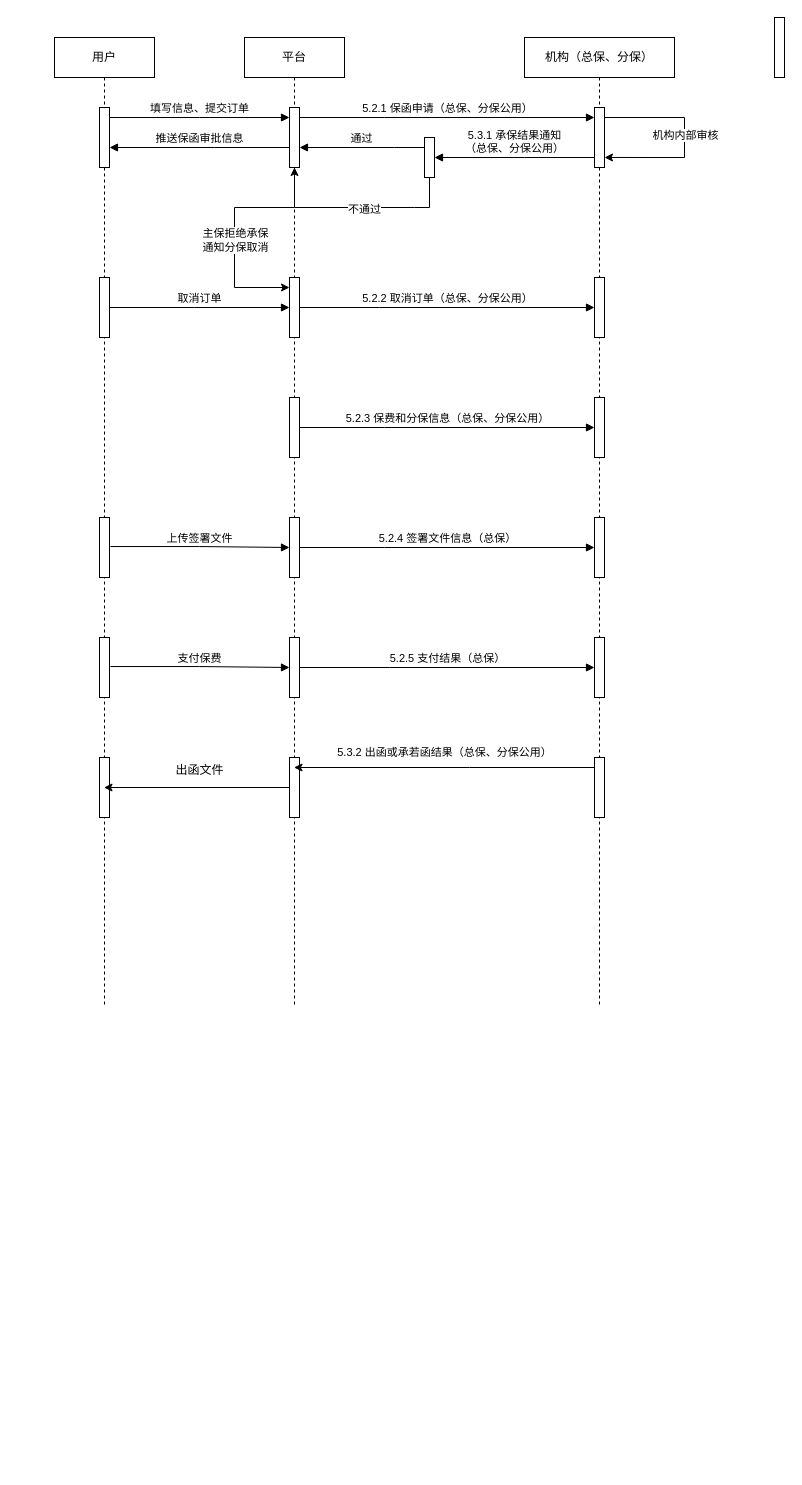
Above: 未命名绘图.drawio in jiedada/hello-world (draw.io), before the change. Source tidied: cells renumbered, new cells numbered last; positions are measured from the earlier drawing's top-left corner, leaving out a move shared by most shapes. Both pictures are drawn from the tidied source at 100%, with x=0, y=0 at pixel (54, 17).
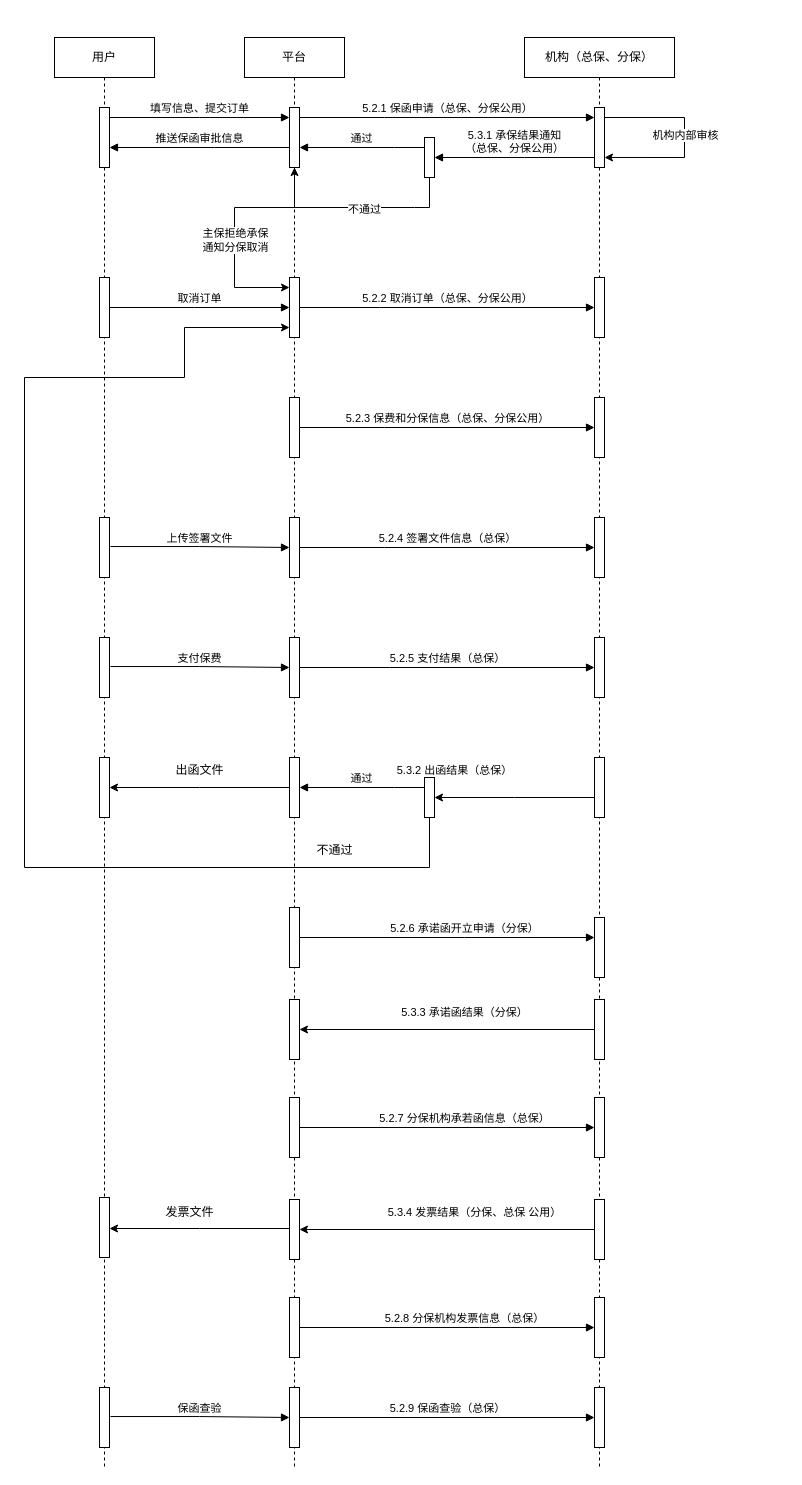
The same diagram, later.

Commit message:
农名工工资.drawio

The change refers to these unchanged cells:
```xml
<mxCell id="7" style="html=1;points=[];perimeter=orthogonalPerimeter;outlineConnect=0;targetShapes=umlLifeline;portConstraint=eastwest;newEdgeStyle={&quot;edgeStyle&quot;:&quot;elbowEdgeStyle&quot;,&quot;elbow&quot;:&quot;vertical&quot;,&quot;curved&quot;:0,&quot;rounded&quot;:0};" parent="2" vertex="1">
  <mxGeometry x="45" y="720" width="10" height="60" as="geometry" />
</mxCell>
<mxCell id="14" style="html=1;points=[];perimeter=orthogonalPerimeter;outlineConnect=0;targetShapes=umlLifeline;portConstraint=eastwest;newEdgeStyle={&quot;edgeStyle&quot;:&quot;elbowEdgeStyle&quot;,&quot;elbow&quot;:&quot;vertical&quot;,&quot;curved&quot;:0,&quot;rounded&quot;:0};" parent="8" vertex="1">
  <mxGeometry x="70" y="720" width="10" height="60" as="geometry" />
</mxCell>
<mxCell id="17" style="html=1;points=[];perimeter=orthogonalPerimeter;outlineConnect=0;targetShapes=umlLifeline;portConstraint=eastwest;newEdgeStyle={&quot;edgeStyle&quot;:&quot;elbowEdgeStyle&quot;,&quot;elbow&quot;:&quot;vertical&quot;,&quot;curved&quot;:0,&quot;rounded&quot;:0};" parent="15" vertex="1">
  <mxGeometry x="45" y="240" width="10" height="60" as="geometry" />
</mxCell>
<mxCell id="21" style="html=1;points=[];perimeter=orthogonalPerimeter;outlineConnect=0;targetShapes=umlLifeline;portConstraint=eastwest;newEdgeStyle={&quot;edgeStyle&quot;:&quot;elbowEdgeStyle&quot;,&quot;elbow&quot;:&quot;vertical&quot;,&quot;curved&quot;:0,&quot;rounded&quot;:0};" parent="15" vertex="1">
  <mxGeometry x="45" y="720" width="10" height="60" as="geometry" />
</mxCell>
```

Diff of the diagram source:
```diff
@@
     <mxCell id="2" value="用户" style="shape=umlLifeline;perimeter=lifelinePerimeter;whiteSpace=wrap;html=1;outlineConnect=0;portConstraint=eastwest;newEdgeStyle={&quot;edgeStyle&quot;:&quot;elbowEdgeStyle&quot;,&quot;elbow&quot;:&quot;vertical&quot;,&quot;curved&quot;:0,&quot;rounded&quot;:0};" parent="1" vertex="1">
-      <mxGeometry y="20" width="100" height="970" as="geometry" />
+      <mxGeometry y="20" width="100" height="1430" as="geometry" />
     </mxCell>
@@
+    <mxCell id="46" style="html=1;points=[];perimeter=orthogonalPerimeter;outlineConnect=0;targetShapes=umlLifeline;portConstraint=eastwest;newEdgeStyle={&quot;edgeStyle&quot;:&quot;elbowEdgeStyle&quot;,&quot;elbow&quot;:&quot;vertical&quot;,&quot;curved&quot;:0,&quot;rounded&quot;:0};" parent="2" vertex="1">
+      <mxGeometry x="45" y="1160" width="10" height="60" as="geometry" />
+    </mxCell>
+    <mxCell id="47" style="html=1;points=[];perimeter=orthogonalPerimeter;outlineConnect=0;targetShapes=umlLifeline;portConstraint=eastwest;newEdgeStyle={&quot;edgeStyle&quot;:&quot;elbowEdgeStyle&quot;,&quot;elbow&quot;:&quot;vertical&quot;,&quot;curved&quot;:0,&quot;rounded&quot;:0};" parent="2" vertex="1">
+      <mxGeometry x="45" y="1350" width="10" height="60" as="geometry" />
+    </mxCell>
     <mxCell id="8" value="机构（总保、分保）" style="shape=umlLifeline;perimeter=lifelinePerimeter;whiteSpace=wrap;html=1;newEdgeStyle={&quot;edgeStyle&quot;:&quot;elbowEdgeStyle&quot;,&quot;elbow&quot;:&quot;vertical&quot;,&quot;curved&quot;:0,&quot;rounded&quot;:0};" parent="1" vertex="1">
-      <mxGeometry x="470" y="20" width="150" height="970" as="geometry" />
+      <mxGeometry x="470" y="20" width="150" height="1430" as="geometry" />
     </mxCell>
@@
+    <mxCell id="48" style="html=1;points=[];perimeter=orthogonalPerimeter;outlineConnect=0;targetShapes=umlLifeline;portConstraint=eastwest;newEdgeStyle={&quot;edgeStyle&quot;:&quot;elbowEdgeStyle&quot;,&quot;elbow&quot;:&quot;vertical&quot;,&quot;curved&quot;:0,&quot;rounded&quot;:0};" parent="8" vertex="1">
+      <mxGeometry x="70" y="880" width="10" height="60" as="geometry" />
+    </mxCell>
+    <mxCell id="49" style="html=1;points=[];perimeter=orthogonalPerimeter;outlineConnect=0;targetShapes=umlLifeline;portConstraint=eastwest;newEdgeStyle={&quot;edgeStyle&quot;:&quot;elbowEdgeStyle&quot;,&quot;elbow&quot;:&quot;vertical&quot;,&quot;curved&quot;:0,&quot;rounded&quot;:0};" parent="8" vertex="1">
+      <mxGeometry x="70" y="962" width="10" height="60" as="geometry" />
+    </mxCell>
+    <mxCell id="50" style="html=1;points=[];perimeter=orthogonalPerimeter;outlineConnect=0;targetShapes=umlLifeline;portConstraint=eastwest;newEdgeStyle={&quot;edgeStyle&quot;:&quot;elbowEdgeStyle&quot;,&quot;elbow&quot;:&quot;vertical&quot;,&quot;curved&quot;:0,&quot;rounded&quot;:0};" parent="8" vertex="1">
+      <mxGeometry x="70" y="1060" width="10" height="60" as="geometry" />
+    </mxCell>
+    <mxCell id="51" style="html=1;points=[];perimeter=orthogonalPerimeter;outlineConnect=0;targetShapes=umlLifeline;portConstraint=eastwest;newEdgeStyle={&quot;edgeStyle&quot;:&quot;elbowEdgeStyle&quot;,&quot;elbow&quot;:&quot;vertical&quot;,&quot;curved&quot;:0,&quot;rounded&quot;:0};" parent="8" vertex="1">
+      <mxGeometry x="70" y="1162" width="10" height="60" as="geometry" />
+    </mxCell>
+    <mxCell id="52" style="html=1;points=[];perimeter=orthogonalPerimeter;outlineConnect=0;targetShapes=umlLifeline;portConstraint=eastwest;newEdgeStyle={&quot;edgeStyle&quot;:&quot;elbowEdgeStyle&quot;,&quot;elbow&quot;:&quot;vertical&quot;,&quot;curved&quot;:0,&quot;rounded&quot;:0};" parent="8" vertex="1">
+      <mxGeometry x="70" y="1260" width="10" height="60" as="geometry" />
+    </mxCell>
     <mxCell id="15" value="平台" style="shape=umlLifeline;perimeter=lifelinePerimeter;whiteSpace=wrap;html=1;outlineConnect=0;portConstraint=eastwest;newEdgeStyle={&quot;edgeStyle&quot;:&quot;elbowEdgeStyle&quot;,&quot;elbow&quot;:&quot;vertical&quot;,&quot;curved&quot;:0,&quot;rounded&quot;:0};" parent="1" vertex="1">
-      <mxGeometry x="190" y="20" width="100" height="970" as="geometry" />
+      <mxGeometry x="190" y="20" width="100" height="1430" as="geometry" />
     </mxCell>
@@
+    <mxCell id="53" style="html=1;points=[];perimeter=orthogonalPerimeter;outlineConnect=0;targetShapes=umlLifeline;portConstraint=eastwest;newEdgeStyle={&quot;edgeStyle&quot;:&quot;elbowEdgeStyle&quot;,&quot;elbow&quot;:&quot;vertical&quot;,&quot;curved&quot;:0,&quot;rounded&quot;:0};" parent="15" vertex="1">
+      <mxGeometry x="45" y="870" width="10" height="60" as="geometry" />
+    </mxCell>
+    <mxCell id="54" style="html=1;points=[];perimeter=orthogonalPerimeter;outlineConnect=0;targetShapes=umlLifeline;portConstraint=eastwest;newEdgeStyle={&quot;edgeStyle&quot;:&quot;elbowEdgeStyle&quot;,&quot;elbow&quot;:&quot;vertical&quot;,&quot;curved&quot;:0,&quot;rounded&quot;:0};" parent="15" vertex="1">
+      <mxGeometry x="45" y="962" width="10" height="60" as="geometry" />
+    </mxCell>
+    <mxCell id="55" style="html=1;points=[];perimeter=orthogonalPerimeter;outlineConnect=0;targetShapes=umlLifeline;portConstraint=eastwest;newEdgeStyle={&quot;edgeStyle&quot;:&quot;elbowEdgeStyle&quot;,&quot;elbow&quot;:&quot;vertical&quot;,&quot;curved&quot;:0,&quot;rounded&quot;:0};" parent="15" vertex="1">
+      <mxGeometry x="45" y="1060" width="10" height="60" as="geometry" />
+    </mxCell>
+    <mxCell id="56" style="html=1;points=[];perimeter=orthogonalPerimeter;outlineConnect=0;targetShapes=umlLifeline;portConstraint=eastwest;newEdgeStyle={&quot;edgeStyle&quot;:&quot;elbowEdgeStyle&quot;,&quot;elbow&quot;:&quot;vertical&quot;,&quot;curved&quot;:0,&quot;rounded&quot;:0};" parent="15" vertex="1">
+      <mxGeometry x="45" y="1162" width="10" height="60" as="geometry" />
+    </mxCell>
+    <mxCell id="57" style="html=1;points=[];perimeter=orthogonalPerimeter;outlineConnect=0;targetShapes=umlLifeline;portConstraint=eastwest;newEdgeStyle={&quot;edgeStyle&quot;:&quot;elbowEdgeStyle&quot;,&quot;elbow&quot;:&quot;vertical&quot;,&quot;curved&quot;:0,&quot;rounded&quot;:0};" parent="15" vertex="1">
+      <mxGeometry x="45" y="1260" width="10" height="60" as="geometry" />
+    </mxCell>
+    <mxCell id="58" style="html=1;points=[];perimeter=orthogonalPerimeter;outlineConnect=0;targetShapes=umlLifeline;portConstraint=eastwest;newEdgeStyle={&quot;edgeStyle&quot;:&quot;elbowEdgeStyle&quot;,&quot;elbow&quot;:&quot;vertical&quot;,&quot;curved&quot;:0,&quot;rounded&quot;:0};" parent="15" vertex="1">
+      <mxGeometry x="45" y="1350" width="10" height="60" as="geometry" />
+    </mxCell>
@@
-    <mxCell id="32" style="html=1;perimeter=orthogonalPerimeter;targetShapes=umlLifeline;newEdgeStyle={&quot;edgeStyle&quot;:&quot;elbowEdgeStyle&quot;,&quot;elbow&quot;:&quot;vertical&quot;,&quot;curved&quot;:0,&quot;rounded&quot;:0};" parent="1" vertex="1">
-      <mxGeometry x="720" width="10" height="60" as="geometry" />
-    </mxCell>
@@
-    <mxCell id="42" style="edgeStyle=elbowEdgeStyle;rounded=0;jettySize=auto;html=1;elbow=vertical;curved=0;" parent="1" edge="1" source="21" target="2">
+    <mxCell id="42" style="edgeStyle=elbowEdgeStyle;rounded=0;jettySize=auto;html=1;elbow=vertical;curved=0;" parent="1" edge="1" source="21" target="7">
       <mxGeometry relative="1" as="geometry" />
     </mxCell>
@@
-    <mxCell id="44" style="edgeStyle=elbowEdgeStyle;rounded=0;jettySize=auto;html=1;elbow=vertical;curved=0;" parent="1" edge="1" target="15">
-      <mxGeometry relative="1" as="geometry">
-        <mxPoint x="540" y="750" as="sourcePoint" />
-      </mxGeometry>
+    <mxCell id="44" style="edgeStyle=elbowEdgeStyle;rounded=0;jettySize=auto;html=1;elbow=vertical;curved=0;" parent="1" edge="1" source="14" target="63">
+      <mxGeometry relative="1" as="geometry" />
     </mxCell>
-    <mxCell id="45" value="&lt;span style=&quot;font-size: 11px; background-color: rgb(255, 255, 255);&quot;&gt;5.3.2 出函或承若函结果（&lt;/span&gt;&lt;span style=&quot;font-size: 11px; background-color: rgb(255, 255, 255);&quot;&gt;总保、分保公用&lt;/span&gt;&lt;span style=&quot;font-size: 11px; background-color: rgb(255, 255, 255);&quot;&gt;）&lt;/span&gt;" style="text;html=1;align=center;verticalAlign=middle;strokeColor=none;fillColor=none;" parent="1" vertex="1">
-      <mxGeometry x="270" y="720" width="240" height="30" as="geometry" />
-    </mxCell>
+    <mxCell id="59" value="5.2.6 承诺函开立申请（分保）" style="html=1;verticalAlign=bottom;endArrow=block;edgeStyle=elbowEdgeStyle;elbow=vertical;curved=0;rounded=0;" parent="1" edge="1" source="53" target="48">
+      <mxGeometry x="0.12" relative="1" as="geometry">
+        <Array as="points">
+          <mxPoint x="410" y="920" />
+          <mxPoint x="335" y="910" />
+        </Array>
+      </mxGeometry>
+    </mxCell>
+    <mxCell id="60" value="&lt;span style=&quot;font-size: 11px; background-color: rgb(255, 255, 255);&quot;&gt;5.3.2 出函结果（&lt;/span&gt;&lt;span style=&quot;font-size: 11px; background-color: rgb(255, 255, 255);&quot;&gt;总保&lt;/span&gt;&lt;span style=&quot;font-size: 11px; background-color: rgb(255, 255, 255);&quot;&gt;）&lt;/span&gt;" style="text;html=1;align=center;verticalAlign=middle;strokeColor=none;fillColor=none;" parent="1" vertex="1">
+      <mxGeometry x="330" y="738" width="140" height="30" as="geometry" />
+    </mxCell>
+    <mxCell id="61" style="edgeStyle=elbowEdgeStyle;rounded=0;jettySize=auto;html=1;elbow=vertical;curved=0;" parent="1" edge="1" source="49" target="54">
+      <mxGeometry relative="1" as="geometry" />
+    </mxCell>
+    <mxCell id="62" value="&lt;span style=&quot;font-size: 11px; background-color: rgb(255, 255, 255);&quot;&gt;5.3.3 承诺函结果（分&lt;/span&gt;&lt;span style=&quot;font-size: 11px; background-color: rgb(255, 255, 255);&quot;&gt;保&lt;/span&gt;&lt;span style=&quot;font-size: 11px; background-color: rgb(255, 255, 255);&quot;&gt;）&lt;/span&gt;" style="text;html=1;align=center;verticalAlign=middle;strokeColor=none;fillColor=none;" parent="1" vertex="1">
+      <mxGeometry x="335" y="980" width="150" height="30" as="geometry" />
+    </mxCell>
+    <mxCell id="63" style="html=1;points=[];perimeter=orthogonalPerimeter;outlineConnect=0;targetShapes=umlLifeline;portConstraint=eastwest;newEdgeStyle={&quot;edgeStyle&quot;:&quot;elbowEdgeStyle&quot;,&quot;elbow&quot;:&quot;vertical&quot;,&quot;curved&quot;:0,&quot;rounded&quot;:0};" parent="1" vertex="1">
+      <mxGeometry x="370" y="760" width="10" height="40" as="geometry" />
+    </mxCell>
+    <mxCell id="64" value="通过" style="html=1;verticalAlign=bottom;endArrow=block;edgeStyle=elbowEdgeStyle;elbow=vertical;curved=0;rounded=0;" parent="1" edge="1">
+      <mxGeometry relative="1" as="geometry">
+        <mxPoint x="370" y="770" as="sourcePoint" />
+        <mxPoint x="245" y="770" as="targetPoint" />
+        <Array as="points">
+          <mxPoint x="340" y="770" />
+        </Array>
+      </mxGeometry>
+    </mxCell>
+    <mxCell id="65" style="edgeStyle=none;jettySize=auto;html=1;rounded=0;" parent="1" edge="1" source="63" target="17">
+      <mxGeometry relative="1" as="geometry">
+        <Array as="points">
+          <mxPoint x="375" y="850" />
+          <mxPoint x="-30" y="850" />
+          <mxPoint x="-30" y="360" />
+          <mxPoint x="130" y="360" />
+          <mxPoint x="130" y="310" />
+          <mxPoint x="230" y="310" />
+        </Array>
+      </mxGeometry>
+    </mxCell>
+    <mxCell id="66" value="不通过" style="text;html=1;align=center;verticalAlign=middle;strokeColor=none;fillColor=none;" parent="1" vertex="1">
+      <mxGeometry x="250" y="818" width="60" height="30" as="geometry" />
+    </mxCell>
+    <mxCell id="67" value="5.2.7 分保机构承若函信息（总保）" style="html=1;verticalAlign=bottom;endArrow=block;edgeStyle=elbowEdgeStyle;elbow=vertical;curved=0;rounded=0;" parent="1" edge="1" source="55" target="50">
+      <mxGeometry x="0.12" relative="1" as="geometry">
+        <Array as="points">
+          <mxPoint x="417.5" y="1110" />
+          <mxPoint x="342.5" y="1100" />
+        </Array>
+      </mxGeometry>
+    </mxCell>
+    <mxCell id="68" style="edgeStyle=elbowEdgeStyle;rounded=0;jettySize=auto;html=1;elbow=vertical;curved=0;" parent="1" edge="1" source="51" target="56">
+      <mxGeometry relative="1" as="geometry" />
+    </mxCell>
+    <mxCell id="69" value="&lt;span style=&quot;font-size: 11px; background-color: rgb(255, 255, 255);&quot;&gt;5.3.4 发票结果（分&lt;/span&gt;&lt;span style=&quot;font-size: 11px; background-color: rgb(255, 255, 255);&quot;&gt;保、总保 公用&lt;/span&gt;&lt;span style=&quot;font-size: 11px; background-color: rgb(255, 255, 255);&quot;&gt;）&lt;/span&gt;" style="text;html=1;align=center;verticalAlign=middle;strokeColor=none;fillColor=none;" parent="1" vertex="1">
+      <mxGeometry x="320" y="1180" width="200" height="30" as="geometry" />
+    </mxCell>
+    <mxCell id="70" style="edgeStyle=elbowEdgeStyle;rounded=0;jettySize=auto;html=1;elbow=vertical;curved=0;" parent="1" edge="1" source="56" target="46">
+      <mxGeometry relative="1" as="geometry" />
+    </mxCell>
+    <mxCell id="71" value="发票文件" style="text;html=1;align=center;verticalAlign=middle;strokeColor=none;fillColor=none;" parent="1" vertex="1">
+      <mxGeometry x="100" y="1180" width="70" height="30" as="geometry" />
+    </mxCell>
+    <mxCell id="72" value="5.2.8&amp;nbsp;分保机构发票信息（总保）" style="html=1;verticalAlign=bottom;endArrow=block;edgeStyle=elbowEdgeStyle;elbow=vertical;curved=0;rounded=0;" parent="1" edge="1" source="57" target="52">
+      <mxGeometry x="0.12" relative="1" as="geometry">
+        <Array as="points">
+          <mxPoint x="425" y="1310" />
+          <mxPoint x="350" y="1300" />
+        </Array>
+      </mxGeometry>
+    </mxCell>
+    <mxCell id="73" style="html=1;points=[];perimeter=orthogonalPerimeter;outlineConnect=0;targetShapes=umlLifeline;portConstraint=eastwest;newEdgeStyle={&quot;edgeStyle&quot;:&quot;elbowEdgeStyle&quot;,&quot;elbow&quot;:&quot;vertical&quot;,&quot;curved&quot;:0,&quot;rounded&quot;:0};" parent="1" vertex="1">
+      <mxGeometry x="540" y="1370" width="10" height="60" as="geometry" />
+    </mxCell>
+    <mxCell id="74" value="保函查验" style="html=1;verticalAlign=bottom;endArrow=block;edgeStyle=elbowEdgeStyle;elbow=horizontal;curved=0;rounded=0;exitX=1.09;exitY=0.484;exitDx=0;exitDy=0;exitPerimeter=0;" parent="1" edge="1" source="47" target="58">
+      <mxGeometry relative="1" as="geometry" />
+    </mxCell>
+    <mxCell id="75" value="5.2.9 保函查验（总保）" style="html=1;verticalAlign=bottom;endArrow=block;edgeStyle=elbowEdgeStyle;elbow=vertical;curved=0;rounded=0;" parent="1" edge="1" source="58" target="73">
+      <mxGeometry relative="1" as="geometry">
+        <Array as="points">
+          <mxPoint x="317.5" y="1400" />
+        </Array>
+      </mxGeometry>
+    </mxCell>
```
